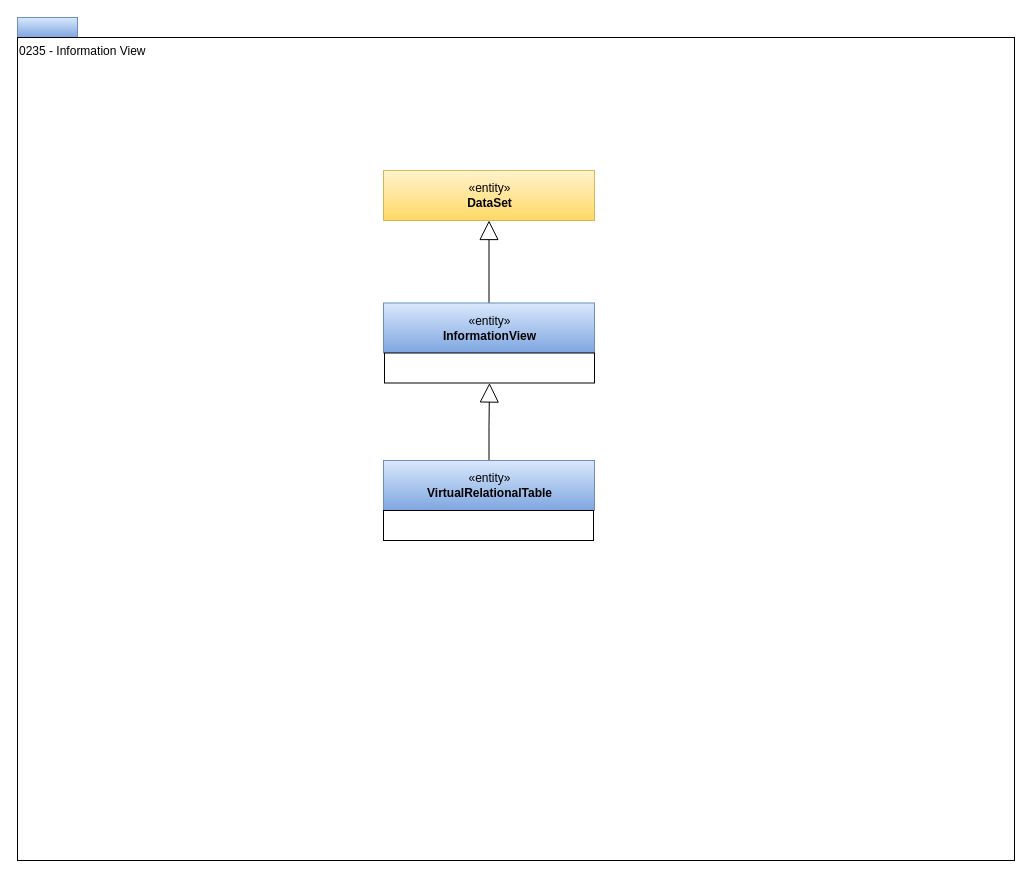
odpi/egeria-docs keeps this draw.io diagram as page "0235-Information-View" (18 of 24) of site/docs/types/2/area-2-assets.drawio. Above is the earlier version. Source tidied: cells renumbered, new cells numbered last; positions are measured from the earlier drawing's top-left corner, leaving out a move shared by most shapes. Both pictures are drawn from the tidied source at 100%, with x=0, y=0 at pixel (17, 17).
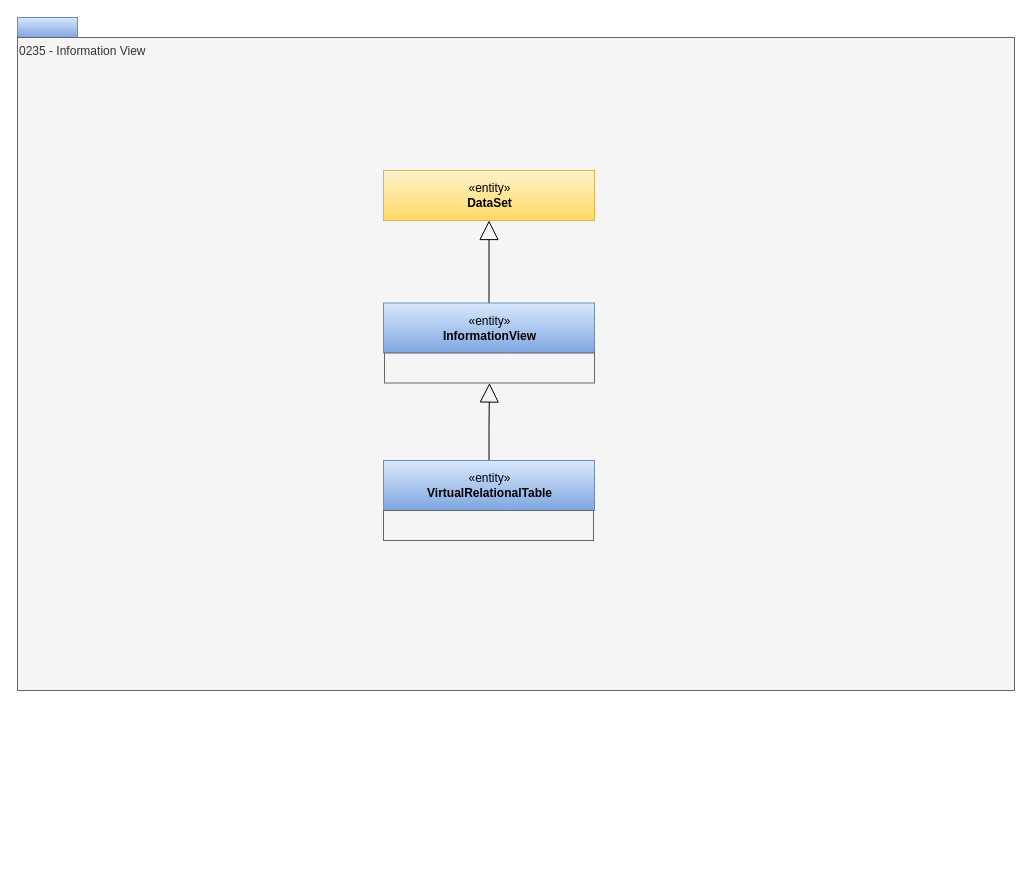
The same page after the edit.

Change to the diagram source:
```diff
@@
 <mxGraphModel>
   <root>
     <mxCell id="0" />
     <mxCell id="1" parent="0" />
     <mxCell id="2" style="rounded=0;whiteSpace=wrap;html=1;align=left;fillColor=#dae8fc;strokeColor=#6c8ebf;gradientColor=#7ea6e0;" parent="1" vertex="1">
       <mxGeometry width="60" height="20" as="geometry" />
     </mxCell>
-    <mxCell id="3" value="0235 - Information View" style="rounded=0;whiteSpace=wrap;html=1;align=left;verticalAlign=top;" parent="1" vertex="1">
-      <mxGeometry y="20" width="997" height="823" as="geometry" />
+    <mxCell id="3" value="0235 - Information View" style="rounded=0;whiteSpace=wrap;html=1;align=left;verticalAlign=top;fillColor=#f5f5f5;fontColor=#333333;strokeColor=#666666;" parent="1" vertex="1">
+      <mxGeometry y="20" width="997" height="653" as="geometry" />
     </mxCell>
     <mxCell id="4" value="«entity»&lt;br&gt;&lt;b&gt;DataSet&lt;/b&gt;" style="html=1;strokeColor=#d6b656;align=center;fillColor=#fff2cc;gradientColor=#ffd966;" parent="1" vertex="1">
       <mxGeometry x="366" y="153" width="211" height="50" as="geometry" />
     </mxCell>
     <mxCell id="5" style="edgeStyle=orthogonalEdgeStyle;rounded=0;jettySize=auto;html=1;exitX=0.5;exitY=0;exitDx=0;exitDy=0;endArrow=block;endFill=0;endSize=17;" parent="1" edge="1" source="6" target="4">
       <mxGeometry relative="1" as="geometry" />
     </mxCell>
     <mxCell id="6" value="«entity»&lt;br&gt;&lt;b&gt;InformationView&lt;/b&gt;" style="html=1;strokeColor=#6c8ebf;align=center;fillColor=#dae8fc;gradientColor=#7ea6e0;" parent="1" vertex="1">
       <mxGeometry x="366" y="285.5" width="211" height="50" as="geometry" />
     </mxCell>
-    <mxCell id="7" style="rounded=0;whiteSpace=wrap;html=1;strokeColor=#000000;gradientColor=#ffffff;align=left;" parent="1" vertex="1">
+    <mxCell id="7" style="rounded=0;whiteSpace=wrap;html=1;strokeColor=#666666;align=left;fillColor=#f5f5f5;fontColor=#333333;" parent="1" vertex="1">
       <mxGeometry x="367" y="335.5" width="210" height="30" as="geometry" />
     </mxCell>
     <mxCell id="8" style="edgeStyle=orthogonalEdgeStyle;rounded=0;jettySize=auto;html=1;exitX=0.5;exitY=0;exitDx=0;exitDy=0;endArrow=block;endFill=0;endSize=17;" parent="1" edge="1" source="9" target="7">
       <mxGeometry relative="1" as="geometry" />
     </mxCell>
     <mxCell id="9" value="«entity»&lt;br&gt;&lt;b&gt;VirtualRelationalTable&lt;/b&gt;" style="html=1;strokeColor=#6c8ebf;align=center;fillColor=#dae8fc;gradientColor=#7ea6e0;" parent="1" vertex="1">
       <mxGeometry x="366" y="443" width="211" height="50" as="geometry" />
     </mxCell>
-    <mxCell id="10" style="rounded=0;whiteSpace=wrap;html=1;strokeColor=#000000;gradientColor=#ffffff;align=left;" parent="1" vertex="1">
+    <mxCell id="10" style="rounded=0;whiteSpace=wrap;html=1;strokeColor=#666666;align=left;fillColor=#f5f5f5;fontColor=#333333;" parent="1" vertex="1">
       <mxGeometry x="366" y="493" width="210" height="30" as="geometry" />
     </mxCell>
   </root>
 </mxGraphModel>
```
